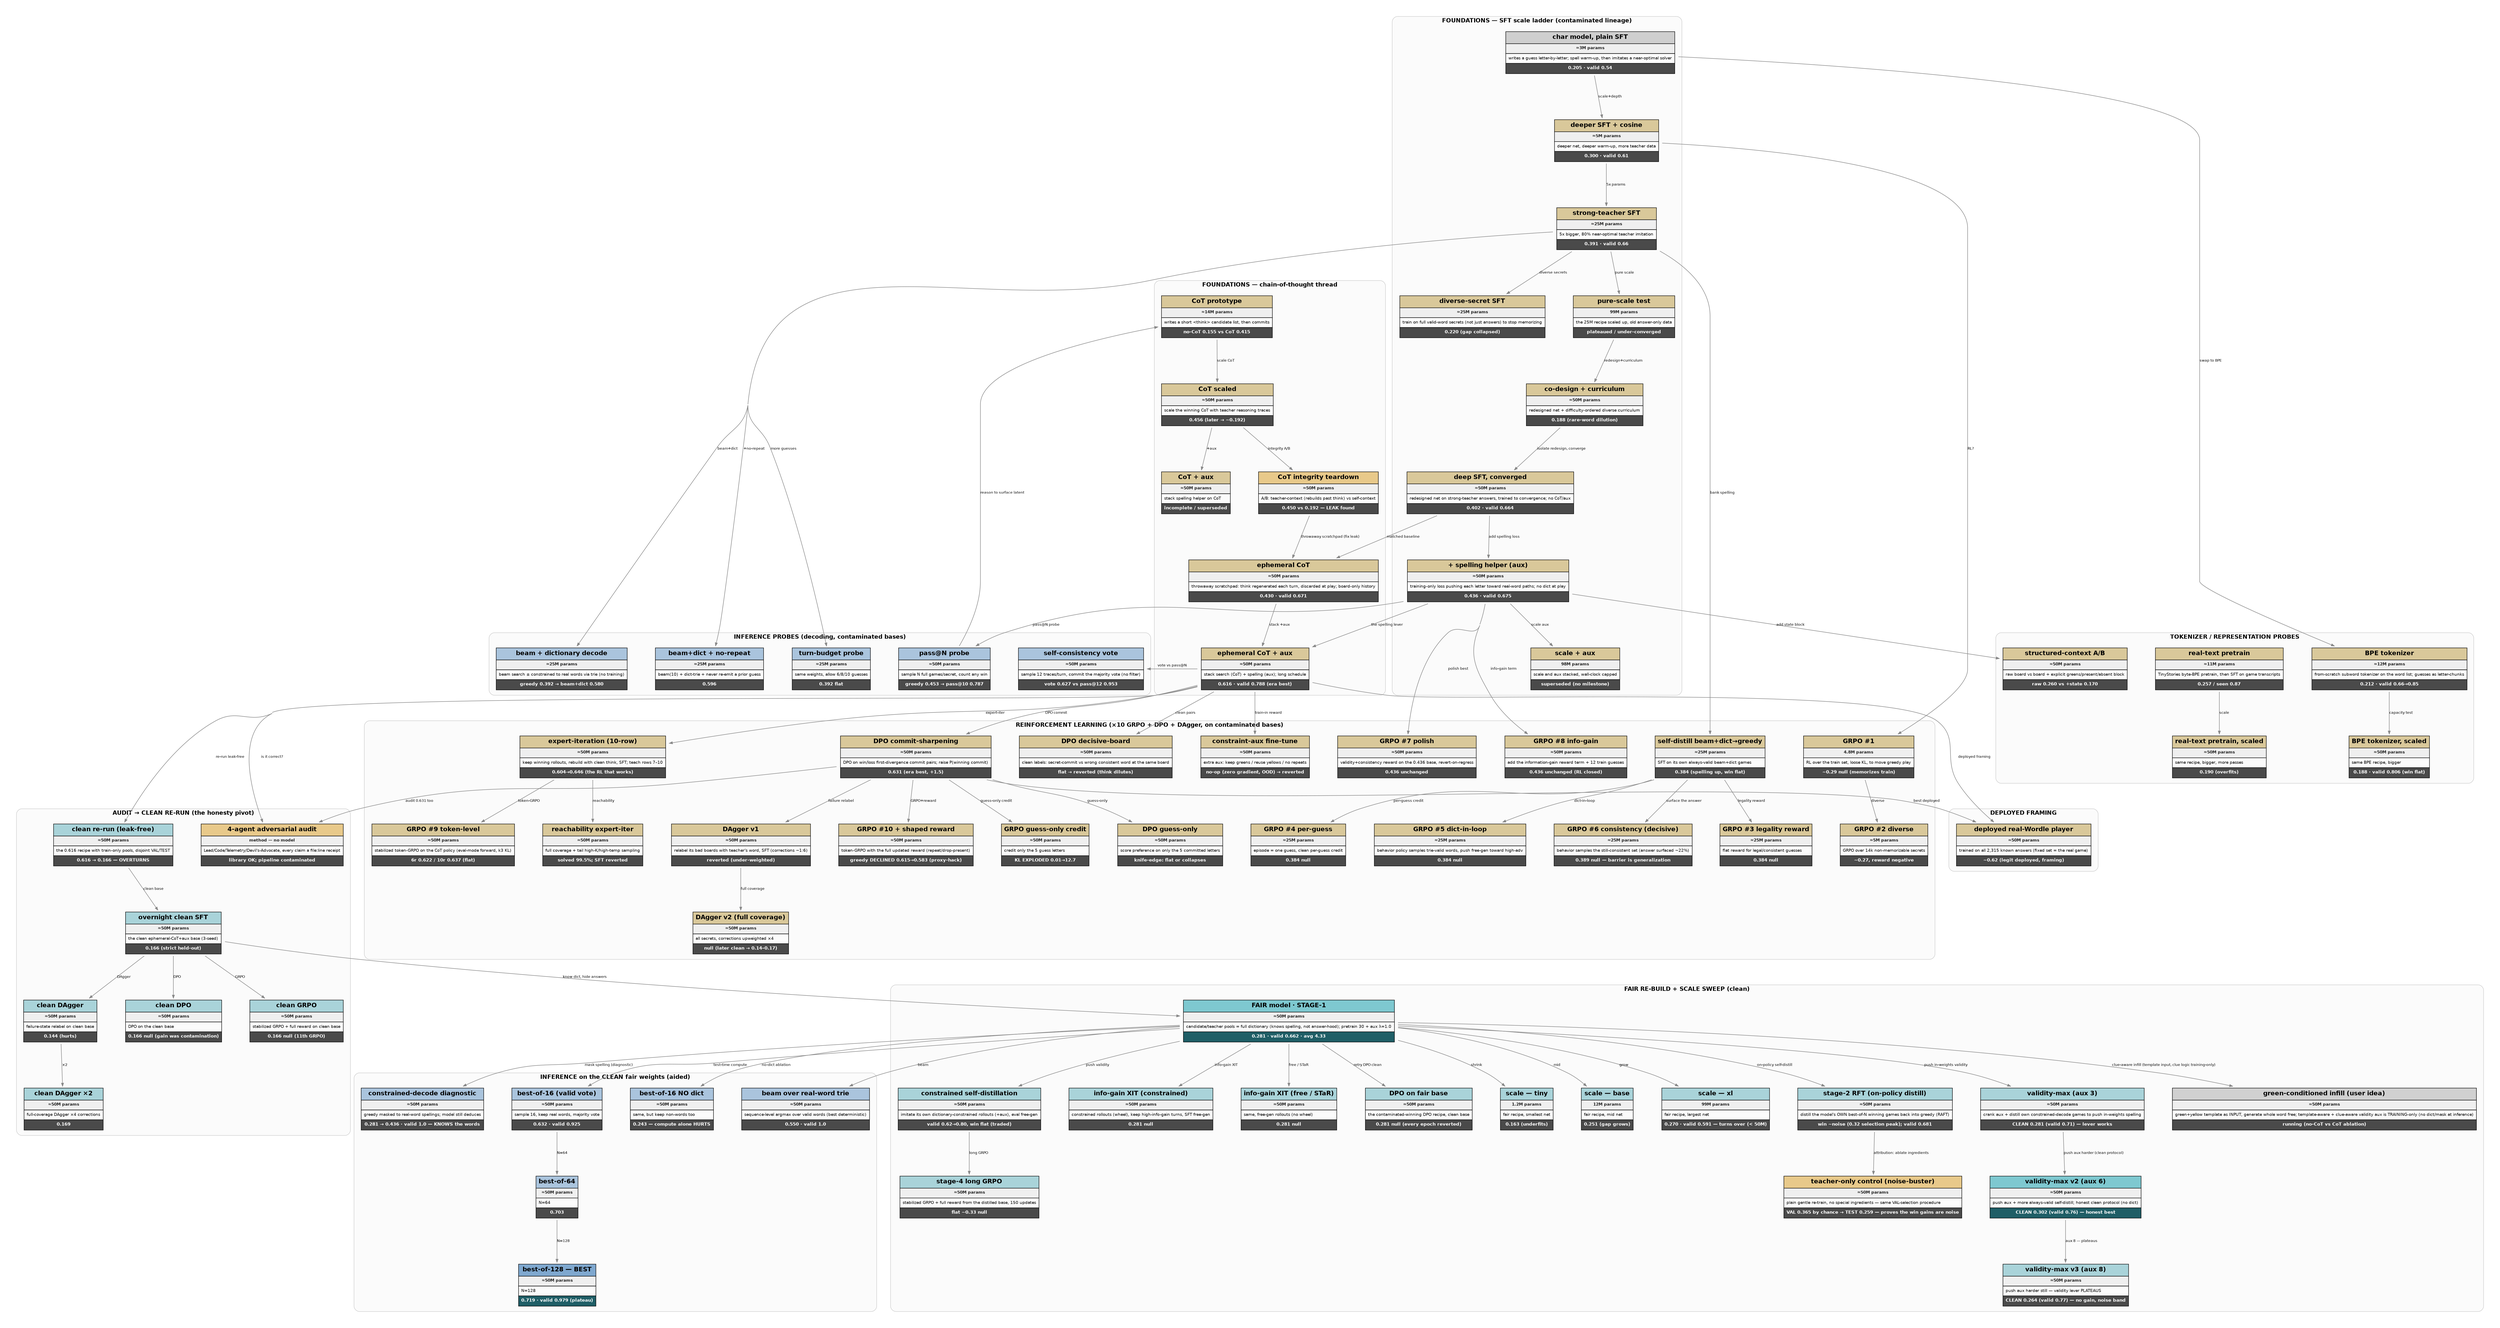
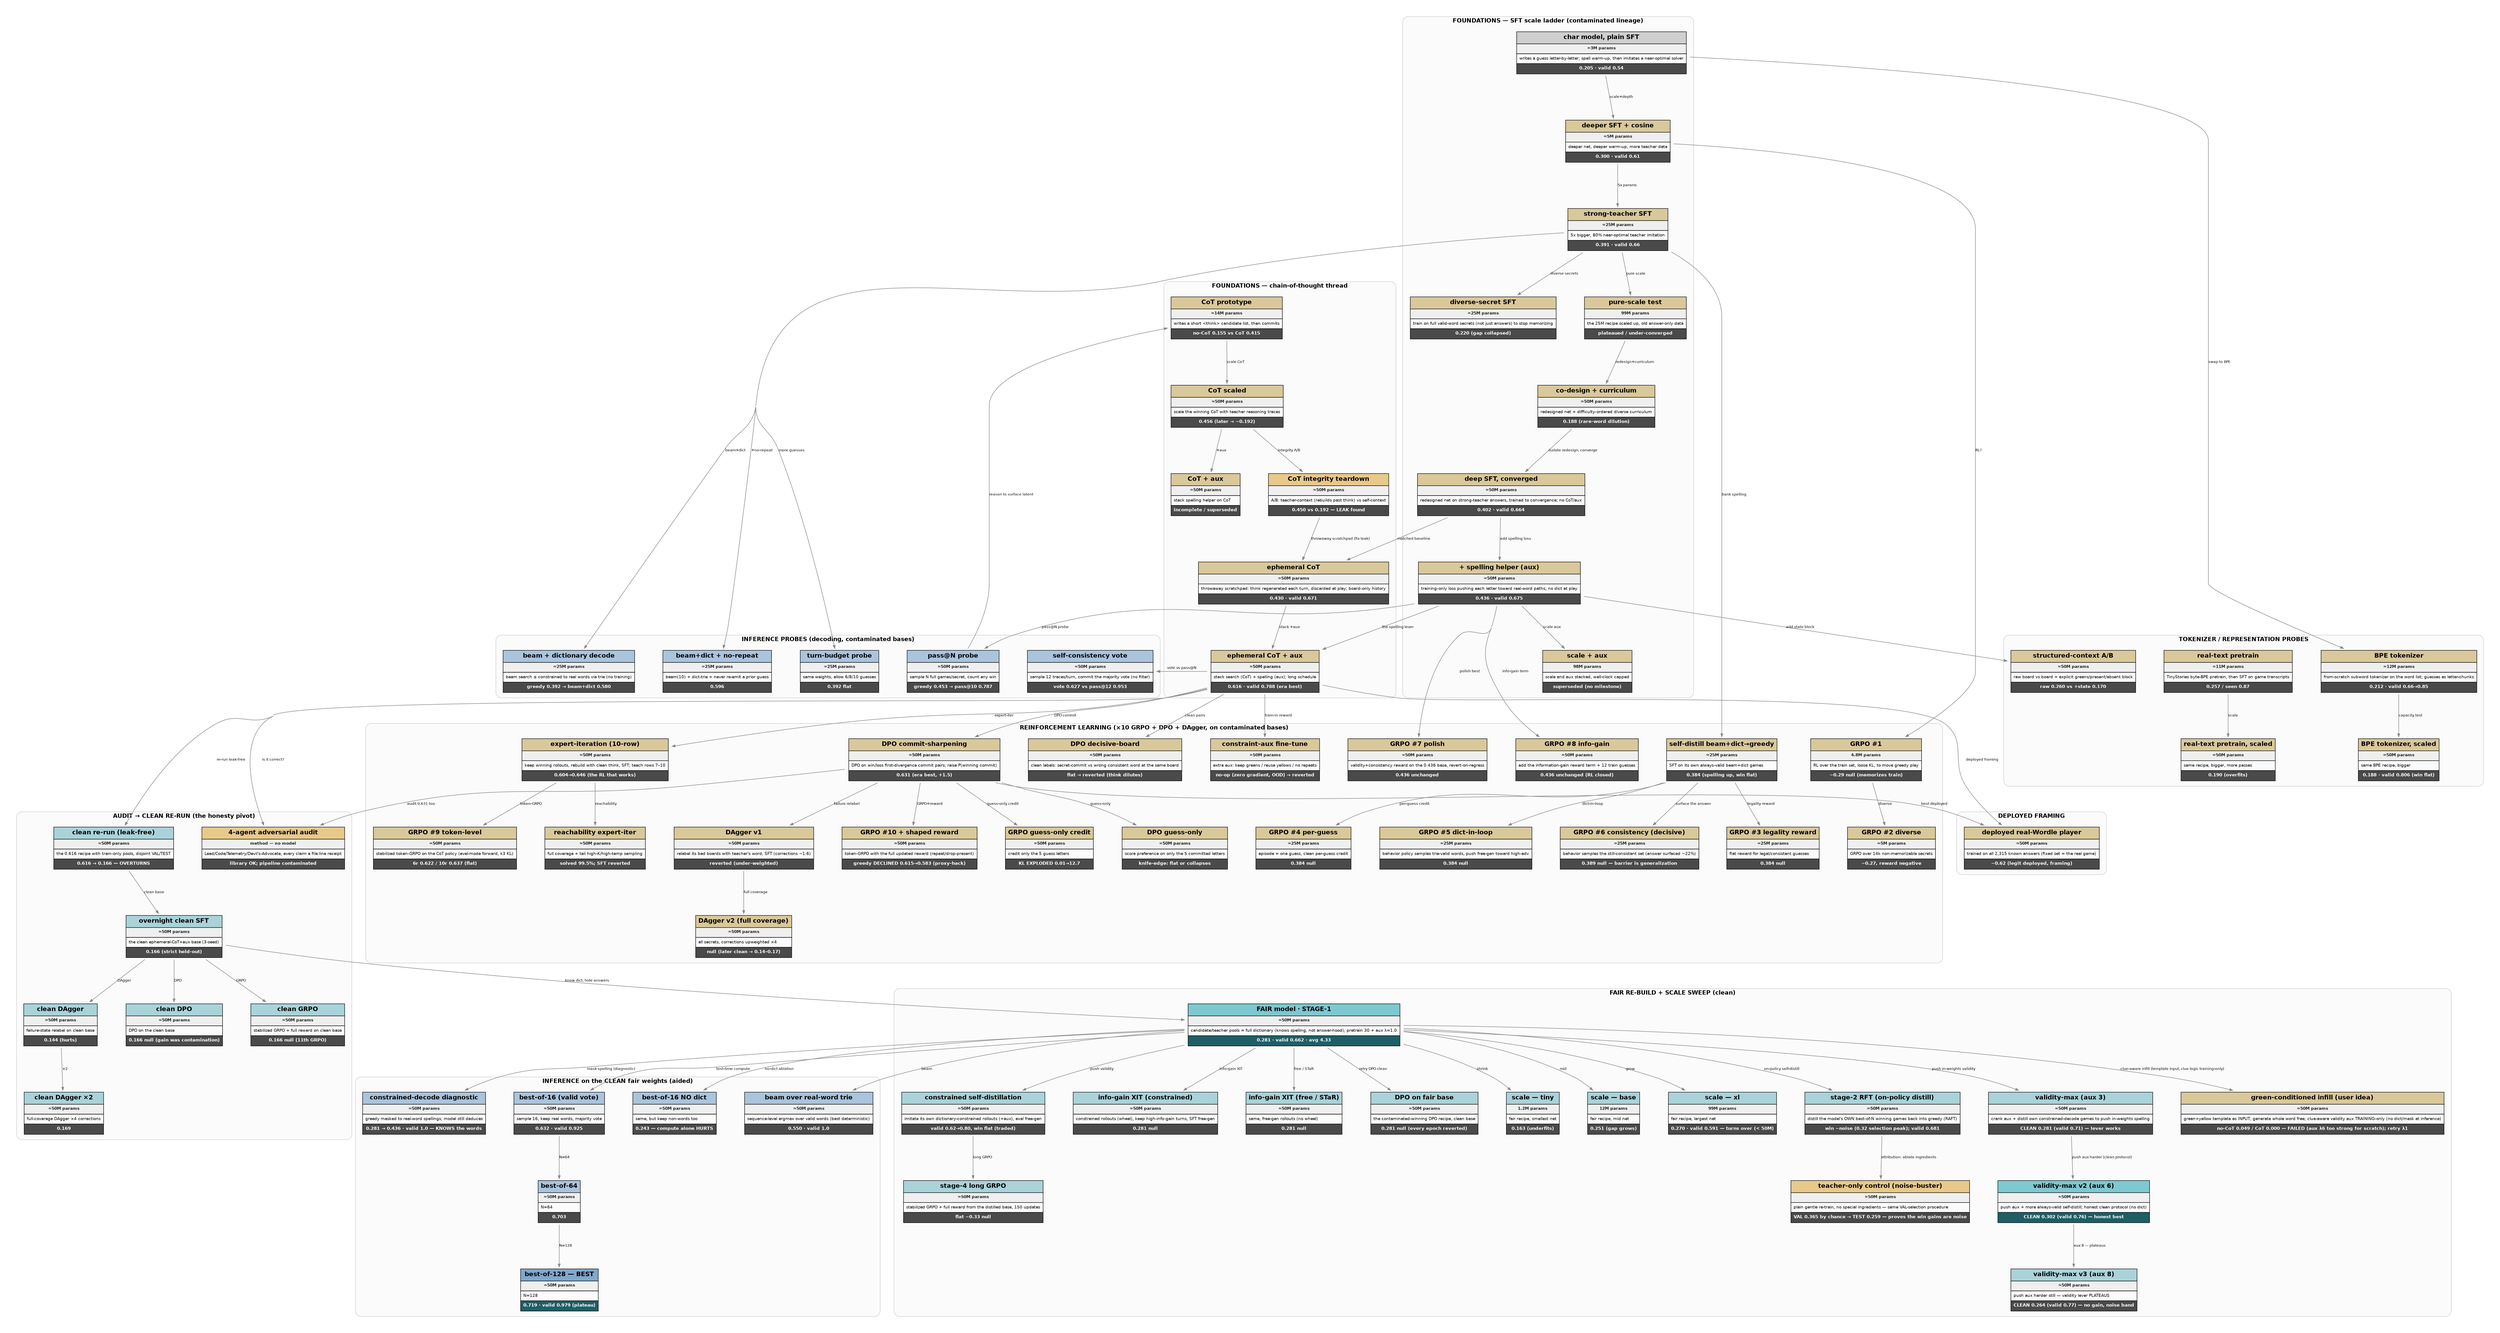
digraph experiments {
  rankdir=TB; bgcolor="white";
  graph [fontname="Helvetica", ranksep=1.2, nodesep=0.65, fontsize=13, concentrate=true, splines=spline, pad=0.4];
  node [shape=plaintext, fontname="Helvetica"];
  edge [fontname="Helvetica", fontsize=8, color="#888888", penwidth=1.1, arrowsize=0.7];
  subgraph cluster_found { label=<<B>FOUNDATIONS — SFT scale ladder (contaminated lineage)</B>>; fontsize=13; color="#cccccc"; style="rounded"; bgcolor="#fbfbfb";
    sft_3m [label=<<TABLE BORDER="0" CELLBORDER="1" CELLSPACING="0" CELLPADDING="5"><TR><TD BGCOLOR="#cfcfcf"><B>char model, plain SFT</B></TD></TR><TR><TD BGCOLOR="#efefef"><FONT POINT-SIZE="9" COLOR="#222222"><B>≈3M params</B></FONT></TD></TR><TR><TD ALIGN="LEFT"><FONT POINT-SIZE="9">writes a guess letter-by-letter; spell warm-up, then imitates a near-optimal solver</FONT></TD></TR><TR><TD BGCOLOR="#4a4a4a"><FONT COLOR="white" POINT-SIZE="10"><B>0.205 · valid 0.54</B></FONT></TD></TR></TABLE>>];
    sft_5m [label=<<TABLE BORDER="0" CELLBORDER="1" CELLSPACING="0" CELLPADDING="5"><TR><TD BGCOLOR="#d9c89a"><B>deeper SFT + cosine</B></TD></TR><TR><TD BGCOLOR="#efefef"><FONT POINT-SIZE="9" COLOR="#222222"><B>≈5M params</B></FONT></TD></TR><TR><TD ALIGN="LEFT"><FONT POINT-SIZE="9">deeper net, deeper warm-up, more teacher data</FONT></TD></TR><TR><TD BGCOLOR="#4a4a4a"><FONT COLOR="white" POINT-SIZE="10"><B>0.300 · valid 0.61</B></FONT></TD></TR></TABLE>>];
    sft_25m [label=<<TABLE BORDER="0" CELLBORDER="1" CELLSPACING="0" CELLPADDING="5"><TR><TD BGCOLOR="#d9c89a"><B>strong-teacher SFT</B></TD></TR><TR><TD BGCOLOR="#efefef"><FONT POINT-SIZE="9" COLOR="#222222"><B>≈25M params</B></FONT></TD></TR><TR><TD ALIGN="LEFT"><FONT POINT-SIZE="9">5x bigger, 80% near-optimal teacher imitation</FONT></TD></TR><TR><TD BGCOLOR="#4a4a4a"><FONT COLOR="white" POINT-SIZE="10"><B>0.391 · valid 0.66</B></FONT></TD></TR></TABLE>>];
    sft_25m_div [label=<<TABLE BORDER="0" CELLBORDER="1" CELLSPACING="0" CELLPADDING="5"><TR><TD BGCOLOR="#d9c89a"><B>diverse-secret SFT</B></TD></TR><TR><TD BGCOLOR="#efefef"><FONT POINT-SIZE="9" COLOR="#222222"><B>≈25M params</B></FONT></TD></TR><TR><TD ALIGN="LEFT"><FONT POINT-SIZE="9">train on full valid-word secrets (not just answers) to stop memorizing</FONT></TD></TR><TR><TD BGCOLOR="#4a4a4a"><FONT COLOR="white" POINT-SIZE="10"><B>0.220 (gap collapsed)</B></FONT></TD></TR></TABLE>>];
    scale_99m [label=<<TABLE BORDER="0" CELLBORDER="1" CELLSPACING="0" CELLPADDING="5"><TR><TD BGCOLOR="#d9c89a"><B>pure-scale test</B></TD></TR><TR><TD BGCOLOR="#efefef"><FONT POINT-SIZE="9" COLOR="#222222"><B>99M params</B></FONT></TD></TR><TR><TD ALIGN="LEFT"><FONT POINT-SIZE="9">the 25M recipe scaled up, old answer-only data</FONT></TD></TR><TR><TD BGCOLOR="#4a4a4a"><FONT COLOR="white" POINT-SIZE="10"><B>plateaued / under-converged</B></FONT></TD></TR></TABLE>>];
    codesign_50m [label=<<TABLE BORDER="0" CELLBORDER="1" CELLSPACING="0" CELLPADDING="5"><TR><TD BGCOLOR="#d9c89a"><B>co-design + curriculum</B></TD></TR><TR><TD BGCOLOR="#efefef"><FONT POINT-SIZE="9" COLOR="#222222"><B>≈50M params</B></FONT></TD></TR><TR><TD ALIGN="LEFT"><FONT POINT-SIZE="9">redesigned net + difficulty-ordered diverse curriculum</FONT></TD></TR><TR><TD BGCOLOR="#4a4a4a"><FONT COLOR="white" POINT-SIZE="10"><B>0.188 (rare-word dilution)</B></FONT></TD></TR></TABLE>>];
    sft_deep [label=<<TABLE BORDER="0" CELLBORDER="1" CELLSPACING="0" CELLPADDING="5"><TR><TD BGCOLOR="#d9c89a"><B>deep SFT, converged</B></TD></TR><TR><TD BGCOLOR="#efefef"><FONT POINT-SIZE="9" COLOR="#222222"><B>≈50M params</B></FONT></TD></TR><TR><TD ALIGN="LEFT"><FONT POINT-SIZE="9">redesigned net on strong-teacher answers, trained to convergence; no CoT/aux</FONT></TD></TR><TR><TD BGCOLOR="#4a4a4a"><FONT COLOR="white" POINT-SIZE="10"><B>0.402 · valid 0.664</B></FONT></TD></TR></TABLE>>];
    sft_aux [label=<<TABLE BORDER="0" CELLBORDER="1" CELLSPACING="0" CELLPADDING="5"><TR><TD BGCOLOR="#d9c89a"><B>+ spelling helper (aux)</B></TD></TR><TR><TD BGCOLOR="#efefef"><FONT POINT-SIZE="9" COLOR="#222222"><B>≈50M params</B></FONT></TD></TR><TR><TD ALIGN="LEFT"><FONT POINT-SIZE="9">training-only loss pushing each letter toward real-word paths; no dict at play</FONT></TD></TR><TR><TD BGCOLOR="#4a4a4a"><FONT COLOR="white" POINT-SIZE="10"><B>0.436 · valid 0.675</B></FONT></TD></TR></TABLE>>];
    sft_aux_xl [label=<<TABLE BORDER="0" CELLBORDER="1" CELLSPACING="0" CELLPADDING="5"><TR><TD BGCOLOR="#d9c89a"><B>scale + aux</B></TD></TR><TR><TD BGCOLOR="#efefef"><FONT POINT-SIZE="9" COLOR="#222222"><B>98M params</B></FONT></TD></TR><TR><TD ALIGN="LEFT"><FONT POINT-SIZE="9">scale and aux stacked, wall-clock capped</FONT></TD></TR><TR><TD BGCOLOR="#4a4a4a"><FONT COLOR="white" POINT-SIZE="10"><B>superseded (no milestone)</B></FONT></TD></TR></TABLE>>];
  }
  subgraph cluster_cot { label=<<B>FOUNDATIONS — chain-of-thought thread</B>>; fontsize=13; color="#cccccc"; style="rounded"; bgcolor="#fbfbfb";
    cot_14m [label=<<TABLE BORDER="0" CELLBORDER="1" CELLSPACING="0" CELLPADDING="5"><TR><TD BGCOLOR="#d9c89a"><B>CoT prototype</B></TD></TR><TR><TD BGCOLOR="#efefef"><FONT POINT-SIZE="9" COLOR="#222222"><B>≈14M params</B></FONT></TD></TR><TR><TD ALIGN="LEFT"><FONT POINT-SIZE="9">writes a short &lt;think&gt; candidate list, then commits</FONT></TD></TR><TR><TD BGCOLOR="#4a4a4a"><FONT COLOR="white" POINT-SIZE="10"><B>no-CoT 0.155 vs CoT 0.415</B></FONT></TD></TR></TABLE>>];
    cot_50m [label=<<TABLE BORDER="0" CELLBORDER="1" CELLSPACING="0" CELLPADDING="5"><TR><TD BGCOLOR="#d9c89a"><B>CoT scaled</B></TD></TR><TR><TD BGCOLOR="#efefef"><FONT POINT-SIZE="9" COLOR="#222222"><B>≈50M params</B></FONT></TD></TR><TR><TD ALIGN="LEFT"><FONT POINT-SIZE="9">scale the winning CoT with teacher reasoning traces</FONT></TD></TR><TR><TD BGCOLOR="#4a4a4a"><FONT COLOR="white" POINT-SIZE="10"><B>0.456 (later → ~0.192)</B></FONT></TD></TR></TABLE>>];
    cot_50m_aux [label=<<TABLE BORDER="0" CELLBORDER="1" CELLSPACING="0" CELLPADDING="5"><TR><TD BGCOLOR="#d9c89a"><B>CoT + aux</B></TD></TR><TR><TD BGCOLOR="#efefef"><FONT POINT-SIZE="9" COLOR="#222222"><B>≈50M params</B></FONT></TD></TR><TR><TD ALIGN="LEFT"><FONT POINT-SIZE="9">stack spelling helper on CoT</FONT></TD></TR><TR><TD BGCOLOR="#4a4a4a"><FONT COLOR="white" POINT-SIZE="10"><B>incomplete / superseded</B></FONT></TD></TR></TABLE>>];
    cot_show [label=<<TABLE BORDER="0" CELLBORDER="1" CELLSPACING="0" CELLPADDING="5"><TR><TD BGCOLOR="#e8c98a"><B>CoT integrity teardown</B></TD></TR><TR><TD BGCOLOR="#efefef"><FONT POINT-SIZE="9" COLOR="#222222"><B>≈50M params</B></FONT></TD></TR><TR><TD ALIGN="LEFT"><FONT POINT-SIZE="9">A/B: teacher-context (rebuilds past think) vs self-context</FONT></TD></TR><TR><TD BGCOLOR="#4a4a4a"><FONT COLOR="white" POINT-SIZE="10"><B>0.450 vs 0.192 — LEAK found</B></FONT></TD></TR></TABLE>>];
    cot_eph [label=<<TABLE BORDER="0" CELLBORDER="1" CELLSPACING="0" CELLPADDING="5"><TR><TD BGCOLOR="#d9c89a"><B>ephemeral CoT</B></TD></TR><TR><TD BGCOLOR="#efefef"><FONT POINT-SIZE="9" COLOR="#222222"><B>≈50M params</B></FONT></TD></TR><TR><TD ALIGN="LEFT"><FONT POINT-SIZE="9">throwaway scratchpad: think regenerated each turn, discarded at play; board-only history</FONT></TD></TR><TR><TD BGCOLOR="#4a4a4a"><FONT COLOR="white" POINT-SIZE="10"><B>0.430 · valid 0.671</B></FONT></TD></TR></TABLE>>];
    cot_eph_aux [label=<<TABLE BORDER="0" CELLBORDER="1" CELLSPACING="0" CELLPADDING="5"><TR><TD BGCOLOR="#d9c89a"><B>ephemeral CoT + aux</B></TD></TR><TR><TD BGCOLOR="#efefef"><FONT POINT-SIZE="9" COLOR="#222222"><B>≈50M params</B></FONT></TD></TR><TR><TD ALIGN="LEFT"><FONT POINT-SIZE="9">stack search (CoT) + spelling (aux); long schedule</FONT></TD></TR><TR><TD BGCOLOR="#4a4a4a"><FONT COLOR="white" POINT-SIZE="10"><B>0.616 · valid 0.788 (era best)</B></FONT></TD></TR></TABLE>>];
  }
  subgraph cluster_val { label=<<B>TOKENIZER / REPRESENTATION PROBES</B>>; fontsize=13; color="#cccccc"; style="rounded"; bgcolor="#fbfbfb";
    bpe_12m [label=<<TABLE BORDER="0" CELLBORDER="1" CELLSPACING="0" CELLPADDING="5"><TR><TD BGCOLOR="#d9c89a"><B>BPE tokenizer</B></TD></TR><TR><TD BGCOLOR="#efefef"><FONT POINT-SIZE="9" COLOR="#222222"><B>≈12M params</B></FONT></TD></TR><TR><TD ALIGN="LEFT"><FONT POINT-SIZE="9">from-scratch subword tokenizer on the word list; guesses as letter-chunks</FONT></TD></TR><TR><TD BGCOLOR="#4a4a4a"><FONT COLOR="white" POINT-SIZE="10"><B>0.212 · valid 0.66→0.85</B></FONT></TD></TR></TABLE>>];
    bpe_50m [label=<<TABLE BORDER="0" CELLBORDER="1" CELLSPACING="0" CELLPADDING="5"><TR><TD BGCOLOR="#d9c89a"><B>BPE tokenizer, scaled</B></TD></TR><TR><TD BGCOLOR="#efefef"><FONT POINT-SIZE="9" COLOR="#222222"><B>≈50M params</B></FONT></TD></TR><TR><TD ALIGN="LEFT"><FONT POINT-SIZE="9">same BPE recipe, bigger</FONT></TD></TR><TR><TD BGCOLOR="#4a4a4a"><FONT COLOR="white" POINT-SIZE="10"><B>0.188 · valid 0.806 (win flat)</B></FONT></TD></TR></TABLE>>];
    oreo_11m [label=<<TABLE BORDER="0" CELLBORDER="1" CELLSPACING="0" CELLPADDING="5"><TR><TD BGCOLOR="#d9c89a"><B>real-text pretrain</B></TD></TR><TR><TD BGCOLOR="#efefef"><FONT POINT-SIZE="9" COLOR="#222222"><B>≈11M params</B></FONT></TD></TR><TR><TD ALIGN="LEFT"><FONT POINT-SIZE="9">TinyStories byte-BPE pretrain, then SFT on game transcripts</FONT></TD></TR><TR><TD BGCOLOR="#4a4a4a"><FONT COLOR="white" POINT-SIZE="10"><B>0.257 / seen 0.87</B></FONT></TD></TR></TABLE>>];
    oreo_50m [label=<<TABLE BORDER="0" CELLBORDER="1" CELLSPACING="0" CELLPADDING="5"><TR><TD BGCOLOR="#d9c89a"><B>real-text pretrain, scaled</B></TD></TR><TR><TD BGCOLOR="#efefef"><FONT POINT-SIZE="9" COLOR="#222222"><B>≈50M params</B></FONT></TD></TR><TR><TD ALIGN="LEFT"><FONT POINT-SIZE="9">same recipe, bigger, more passes</FONT></TD></TR><TR><TD BGCOLOR="#4a4a4a"><FONT COLOR="white" POINT-SIZE="10"><B>0.190 (overfits)</B></FONT></TD></TR></TABLE>>];
    structured_ctx [label=<<TABLE BORDER="0" CELLBORDER="1" CELLSPACING="0" CELLPADDING="5"><TR><TD BGCOLOR="#d9c89a"><B>structured-context A/B</B></TD></TR><TR><TD BGCOLOR="#efefef"><FONT POINT-SIZE="9" COLOR="#222222"><B>≈50M params</B></FONT></TD></TR><TR><TD ALIGN="LEFT"><FONT POINT-SIZE="9">raw board vs board + explicit greens/present/absent block</FONT></TD></TR><TR><TD BGCOLOR="#4a4a4a"><FONT COLOR="white" POINT-SIZE="10"><B>raw 0.260 vs +state 0.170</B></FONT></TD></TR></TABLE>>];
  }
  subgraph cluster_rl { label=<<B>REINFORCEMENT LEARNING (×10 GRPO + DPO + DAgger, on contaminated bases)</B>>; fontsize=13; color="#cccccc"; style="rounded"; bgcolor="#fbfbfb";
    grpo_5m [label=<<TABLE BORDER="0" CELLBORDER="1" CELLSPACING="0" CELLPADDING="5"><TR><TD BGCOLOR="#d9c89a"><B>GRPO #1</B></TD></TR><TR><TD BGCOLOR="#efefef"><FONT POINT-SIZE="9" COLOR="#222222"><B>4.8M params</B></FONT></TD></TR><TR><TD ALIGN="LEFT"><FONT POINT-SIZE="9">RL over the train set, loose KL, to move greedy play</FONT></TD></TR><TR><TD BGCOLOR="#4a4a4a"><FONT COLOR="white" POINT-SIZE="10"><B>~0.29 null (memorizes train)</B></FONT></TD></TR></TABLE>>];
    grpo_5m_div [label=<<TABLE BORDER="0" CELLBORDER="1" CELLSPACING="0" CELLPADDING="5"><TR><TD BGCOLOR="#d9c89a"><B>GRPO #2 diverse</B></TD></TR><TR><TD BGCOLOR="#efefef"><FONT POINT-SIZE="9" COLOR="#222222"><B>≈5M params</B></FONT></TD></TR><TR><TD ALIGN="LEFT"><FONT POINT-SIZE="9">GRPO over 14k non-memorizable secrets</FONT></TD></TR><TR><TD BGCOLOR="#4a4a4a"><FONT COLOR="white" POINT-SIZE="10"><B>~0.27, reward negative</B></FONT></TD></TR></TABLE>>];
    self_distill_25m [label=<<TABLE BORDER="0" CELLBORDER="1" CELLSPACING="0" CELLPADDING="5"><TR><TD BGCOLOR="#d9c89a"><B>self-distill beam+dict→greedy</B></TD></TR><TR><TD BGCOLOR="#efefef"><FONT POINT-SIZE="9" COLOR="#222222"><B>≈25M params</B></FONT></TD></TR><TR><TD ALIGN="LEFT"><FONT POINT-SIZE="9">SFT on its own always-valid beam+dict games</FONT></TD></TR><TR><TD BGCOLOR="#4a4a4a"><FONT COLOR="white" POINT-SIZE="10"><B>0.384 (spelling up, win flat)</B></FONT></TD></TR></TABLE>>];
    rl_consistency [label=<<TABLE BORDER="0" CELLBORDER="1" CELLSPACING="0" CELLPADDING="5"><TR><TD BGCOLOR="#d9c89a"><B>GRPO #3 legality reward</B></TD></TR><TR><TD BGCOLOR="#efefef"><FONT POINT-SIZE="9" COLOR="#222222"><B>≈25M params</B></FONT></TD></TR><TR><TD ALIGN="LEFT"><FONT POINT-SIZE="9">flat reward for legal/consistent guesses</FONT></TD></TR><TR><TD BGCOLOR="#4a4a4a"><FONT COLOR="white" POINT-SIZE="10"><B>0.384 null</B></FONT></TD></TR></TABLE>>];
    rl_perguess [label=<<TABLE BORDER="0" CELLBORDER="1" CELLSPACING="0" CELLPADDING="5"><TR><TD BGCOLOR="#d9c89a"><B>GRPO #4 per-guess</B></TD></TR><TR><TD BGCOLOR="#efefef"><FONT POINT-SIZE="9" COLOR="#222222"><B>≈25M params</B></FONT></TD></TR><TR><TD ALIGN="LEFT"><FONT POINT-SIZE="9">episode = one guess, clean per-guess credit</FONT></TD></TR><TR><TD BGCOLOR="#4a4a4a"><FONT COLOR="white" POINT-SIZE="10"><B>0.384 null</B></FONT></TD></TR></TABLE>>];
    rl_dict [label=<<TABLE BORDER="0" CELLBORDER="1" CELLSPACING="0" CELLPADDING="5"><TR><TD BGCOLOR="#d9c89a"><B>GRPO #5 dict-in-loop</B></TD></TR><TR><TD BGCOLOR="#efefef"><FONT POINT-SIZE="9" COLOR="#222222"><B>≈25M params</B></FONT></TD></TR><TR><TD ALIGN="LEFT"><FONT POINT-SIZE="9">behavior policy samples trie-valid words, push free-gen toward high-adv</FONT></TD></TR><TR><TD BGCOLOR="#4a4a4a"><FONT COLOR="white" POINT-SIZE="10"><B>0.384 null</B></FONT></TD></TR></TABLE>>];
    rl_constrained [label=<<TABLE BORDER="0" CELLBORDER="1" CELLSPACING="0" CELLPADDING="5"><TR><TD BGCOLOR="#d9c89a"><B>GRPO #6 consistency (decisive)</B></TD></TR><TR><TD BGCOLOR="#efefef"><FONT POINT-SIZE="9" COLOR="#222222"><B>≈25M params</B></FONT></TD></TR><TR><TD ALIGN="LEFT"><FONT POINT-SIZE="9">behavior samples the still-consistent set (answer surfaced ~22%)</FONT></TD></TR><TR><TD BGCOLOR="#4a4a4a"><FONT COLOR="white" POINT-SIZE="10"><B>0.389 null — barrier is generalization</B></FONT></TD></TR></TABLE>>];
    rl_polish [label=<<TABLE BORDER="0" CELLBORDER="1" CELLSPACING="0" CELLPADDING="5"><TR><TD BGCOLOR="#d9c89a"><B>GRPO #7 polish</B></TD></TR><TR><TD BGCOLOR="#efefef"><FONT POINT-SIZE="9" COLOR="#222222"><B>≈50M params</B></FONT></TD></TR><TR><TD ALIGN="LEFT"><FONT POINT-SIZE="9">validity+consistency reward on the 0.436 base, revert-on-regress</FONT></TD></TR><TR><TD BGCOLOR="#4a4a4a"><FONT COLOR="white" POINT-SIZE="10"><B>0.436 unchanged</B></FONT></TD></TR></TABLE>>];
    rl_infogain [label=<<TABLE BORDER="0" CELLBORDER="1" CELLSPACING="0" CELLPADDING="5"><TR><TD BGCOLOR="#d9c89a"><B>GRPO #8 info-gain</B></TD></TR><TR><TD BGCOLOR="#efefef"><FONT POINT-SIZE="9" COLOR="#222222"><B>≈50M params</B></FONT></TD></TR><TR><TD ALIGN="LEFT"><FONT POINT-SIZE="9">add the information-gain reward term + 12 train guesses</FONT></TD></TR><TR><TD BGCOLOR="#4a4a4a"><FONT COLOR="white" POINT-SIZE="10"><B>0.436 unchanged (RL closed)</B></FONT></TD></TR></TABLE>>];
    rl_expert_10row [label=<<TABLE BORDER="0" CELLBORDER="1" CELLSPACING="0" CELLPADDING="5"><TR><TD BGCOLOR="#d9c89a"><B>expert-iteration (10-row)</B></TD></TR><TR><TD BGCOLOR="#efefef"><FONT POINT-SIZE="9" COLOR="#222222"><B>≈50M params</B></FONT></TD></TR><TR><TD ALIGN="LEFT"><FONT POINT-SIZE="9">keep winning rollouts, rebuild with clean think, SFT; teach rows 7–10</FONT></TD></TR><TR><TD BGCOLOR="#4a4a4a"><FONT COLOR="white" POINT-SIZE="10"><B>0.604→0.646 (the RL that works)</B></FONT></TD></TR></TABLE>>];
    rl_expert_tail [label=<<TABLE BORDER="0" CELLBORDER="1" CELLSPACING="0" CELLPADDING="5"><TR><TD BGCOLOR="#d9c89a"><B>reachability expert-iter</B></TD></TR><TR><TD BGCOLOR="#efefef"><FONT POINT-SIZE="9" COLOR="#222222"><B>≈50M params</B></FONT></TD></TR><TR><TD ALIGN="LEFT"><FONT POINT-SIZE="9">full coverage + tail high-K/high-temp sampling</FONT></TD></TR><TR><TD BGCOLOR="#4a4a4a"><FONT COLOR="white" POINT-SIZE="10"><B>solved 99.5%; SFT reverted</B></FONT></TD></TR></TABLE>>];
    rl_grpo_polish [label=<<TABLE BORDER="0" CELLBORDER="1" CELLSPACING="0" CELLPADDING="5"><TR><TD BGCOLOR="#d9c89a"><B>GRPO #9 token-level</B></TD></TR><TR><TD BGCOLOR="#efefef"><FONT POINT-SIZE="9" COLOR="#222222"><B>≈50M params</B></FONT></TD></TR><TR><TD ALIGN="LEFT"><FONT POINT-SIZE="9">stabilized token-GRPO on the CoT policy (eval-mode forward, k3 KL)</FONT></TD></TR><TR><TD BGCOLOR="#4a4a4a"><FONT COLOR="white" POINT-SIZE="10"><B>6r 0.622 / 10r 0.637 (flat)</B></FONT></TD></TR></TABLE>>];
    dpo_commit [label=<<TABLE BORDER="0" CELLBORDER="1" CELLSPACING="0" CELLPADDING="5"><TR><TD BGCOLOR="#d9c89a"><B>DPO commit-sharpening</B></TD></TR><TR><TD BGCOLOR="#efefef"><FONT POINT-SIZE="9" COLOR="#222222"><B>≈50M params</B></FONT></TD></TR><TR><TD ALIGN="LEFT"><FONT POINT-SIZE="9">DPO on win/loss first-divergence commit pairs; raise P(winning commit)</FONT></TD></TR><TR><TD BGCOLOR="#4a4a4a"><FONT COLOR="white" POINT-SIZE="10"><B>0.631 (era best, +1.5)</B></FONT></TD></TR></TABLE>>];
    dpo_decisive [label=<<TABLE BORDER="0" CELLBORDER="1" CELLSPACING="0" CELLPADDING="5"><TR><TD BGCOLOR="#d9c89a"><B>DPO decisive-board</B></TD></TR><TR><TD BGCOLOR="#efefef"><FONT POINT-SIZE="9" COLOR="#222222"><B>≈50M params</B></FONT></TD></TR><TR><TD ALIGN="LEFT"><FONT POINT-SIZE="9">clean labels: secret-commit vs wrong consistent word at the same board</FONT></TD></TR><TR><TD BGCOLOR="#4a4a4a"><FONT COLOR="white" POINT-SIZE="10"><B>flat → reverted (think dilutes)</B></FONT></TD></TR></TABLE>>];
    dpo_guessonly [label=<<TABLE BORDER="0" CELLBORDER="1" CELLSPACING="0" CELLPADDING="5"><TR><TD BGCOLOR="#d9c89a"><B>DPO guess-only</B></TD></TR><TR><TD BGCOLOR="#efefef"><FONT POINT-SIZE="9" COLOR="#222222"><B>≈50M params</B></FONT></TD></TR><TR><TD ALIGN="LEFT"><FONT POINT-SIZE="9">score preference on only the 5 committed letters</FONT></TD></TR><TR><TD BGCOLOR="#4a4a4a"><FONT COLOR="white" POINT-SIZE="10"><B>knife-edge: flat or collapses</B></FONT></TD></TR></TABLE>>];
    constraint_aux [label=<<TABLE BORDER="0" CELLBORDER="1" CELLSPACING="0" CELLPADDING="5"><TR><TD BGCOLOR="#d9c89a"><B>constraint-aux fine-tune</B></TD></TR><TR><TD BGCOLOR="#efefef"><FONT POINT-SIZE="9" COLOR="#222222"><B>≈50M params</B></FONT></TD></TR><TR><TD ALIGN="LEFT"><FONT POINT-SIZE="9">extra aux: keep greens / reuse yellows / no repeats</FONT></TD></TR><TR><TD BGCOLOR="#4a4a4a"><FONT COLOR="white" POINT-SIZE="10"><B>no-op (zero gradient, OOD) → reverted</B></FONT></TD></TR></TABLE>>];
    dagger_v1 [label=<<TABLE BORDER="0" CELLBORDER="1" CELLSPACING="0" CELLPADDING="5"><TR><TD BGCOLOR="#d9c89a"><B>DAgger v1</B></TD></TR><TR><TD BGCOLOR="#efefef"><FONT POINT-SIZE="9" COLOR="#222222"><B>≈50M params</B></FONT></TD></TR><TR><TD ALIGN="LEFT"><FONT POINT-SIZE="9">relabel its bad boards with teacher's word, SFT (corrections ~1:6)</FONT></TD></TR><TR><TD BGCOLOR="#4a4a4a"><FONT COLOR="white" POINT-SIZE="10"><B>reverted (under-weighted)</B></FONT></TD></TR></TABLE>>];
    rl_grpo_reward [label=<<TABLE BORDER="0" CELLBORDER="1" CELLSPACING="0" CELLPADDING="5"><TR><TD BGCOLOR="#d9c89a"><B>GRPO #10 + shaped reward</B></TD></TR><TR><TD BGCOLOR="#efefef"><FONT POINT-SIZE="9" COLOR="#222222"><B>≈50M params</B></FONT></TD></TR><TR><TD ALIGN="LEFT"><FONT POINT-SIZE="9">token-GRPO with the full updated reward (repeat/drop-present)</FONT></TD></TR><TR><TD BGCOLOR="#4a4a4a"><FONT COLOR="white" POINT-SIZE="10"><B>greedy DECLINED 0.615→0.583 (proxy-hack)</B></FONT></TD></TR></TABLE>>];
    rl_grpo_guessonly [label=<<TABLE BORDER="0" CELLBORDER="1" CELLSPACING="0" CELLPADDING="5"><TR><TD BGCOLOR="#d9c89a"><B>GRPO guess-only credit</B></TD></TR><TR><TD BGCOLOR="#efefef"><FONT POINT-SIZE="9" COLOR="#222222"><B>≈50M params</B></FONT></TD></TR><TR><TD ALIGN="LEFT"><FONT POINT-SIZE="9">credit only the 5 guess letters</FONT></TD></TR><TR><TD BGCOLOR="#4a4a4a"><FONT COLOR="white" POINT-SIZE="10"><B>KL EXPLODED 0.01→12.7</B></FONT></TD></TR></TABLE>>];
    dagger_v2 [label=<<TABLE BORDER="0" CELLBORDER="1" CELLSPACING="0" CELLPADDING="5"><TR><TD BGCOLOR="#d9c89a"><B>DAgger v2 (full coverage)</B></TD></TR><TR><TD BGCOLOR="#efefef"><FONT POINT-SIZE="9" COLOR="#222222"><B>≈50M params</B></FONT></TD></TR><TR><TD ALIGN="LEFT"><FONT POINT-SIZE="9">all secrets, corrections upweighted ×4</FONT></TD></TR><TR><TD BGCOLOR="#4a4a4a"><FONT COLOR="white" POINT-SIZE="10"><B>null (later clean → 0.14–0.17)</B></FONT></TD></TR></TABLE>>];
  }
  subgraph cluster_audit { label=<<B>AUDIT → CLEAN RE-RUN (the honesty pivot)</B>>; fontsize=13; color="#cccccc"; style="rounded"; bgcolor="#fbfbfb";
    audit [label=<<TABLE BORDER="0" CELLBORDER="1" CELLSPACING="0" CELLPADDING="5"><TR><TD BGCOLOR="#e8c98a"><B>4-agent adversarial audit</B></TD></TR><TR><TD BGCOLOR="#efefef"><FONT POINT-SIZE="9" COLOR="#222222"><B>method — no model</B></FONT></TD></TR><TR><TD ALIGN="LEFT"><FONT POINT-SIZE="9">Lead/Code/Telemetry/Devil's-Advocate, every claim a file:line receipt</FONT></TD></TR><TR><TD BGCOLOR="#4a4a4a"><FONT COLOR="white" POINT-SIZE="10"><B>library OK; pipeline contaminated</B></FONT></TD></TR></TABLE>>];
    clean_rerun [label=<<TABLE BORDER="0" CELLBORDER="1" CELLSPACING="0" CELLPADDING="5"><TR><TD BGCOLOR="#a9d3d9"><B>clean re-run (leak-free)</B></TD></TR><TR><TD BGCOLOR="#efefef"><FONT POINT-SIZE="9" COLOR="#222222"><B>≈50M params</B></FONT></TD></TR><TR><TD ALIGN="LEFT"><FONT POINT-SIZE="9">the 0.616 recipe with train-only pools, disjoint VAL/TEST</FONT></TD></TR><TR><TD BGCOLOR="#4a4a4a"><FONT COLOR="white" POINT-SIZE="10"><B>0.616 → 0.166 — OVERTURNS</B></FONT></TD></TR></TABLE>>];
    overnight_clean_sft [label=<<TABLE BORDER="0" CELLBORDER="1" CELLSPACING="0" CELLPADDING="5"><TR><TD BGCOLOR="#a9d3d9"><B>overnight clean SFT</B></TD></TR><TR><TD BGCOLOR="#efefef"><FONT POINT-SIZE="9" COLOR="#222222"><B>≈50M params</B></FONT></TD></TR><TR><TD ALIGN="LEFT"><FONT POINT-SIZE="9">the clean ephemeral-CoT+aux base (3-seed)</FONT></TD></TR><TR><TD BGCOLOR="#4a4a4a"><FONT COLOR="white" POINT-SIZE="10"><B>0.166 (strict held-out)</B></FONT></TD></TR></TABLE>>];
    overnight_clean_dpo [label=<<TABLE BORDER="0" CELLBORDER="1" CELLSPACING="0" CELLPADDING="5"><TR><TD BGCOLOR="#a9d3d9"><B>clean DPO</B></TD></TR><TR><TD BGCOLOR="#efefef"><FONT POINT-SIZE="9" COLOR="#222222"><B>≈50M params</B></FONT></TD></TR><TR><TD ALIGN="LEFT"><FONT POINT-SIZE="9">DPO on the clean base</FONT></TD></TR><TR><TD BGCOLOR="#4a4a4a"><FONT COLOR="white" POINT-SIZE="10"><B>0.166 null (gain was contamination)</B></FONT></TD></TR></TABLE>>];
    overnight_clean_grpo [label=<<TABLE BORDER="0" CELLBORDER="1" CELLSPACING="0" CELLPADDING="5"><TR><TD BGCOLOR="#a9d3d9"><B>clean GRPO</B></TD></TR><TR><TD BGCOLOR="#efefef"><FONT POINT-SIZE="9" COLOR="#222222"><B>≈50M params</B></FONT></TD></TR><TR><TD ALIGN="LEFT"><FONT POINT-SIZE="9">stabilized GRPO + full reward on clean base</FONT></TD></TR><TR><TD BGCOLOR="#4a4a4a"><FONT COLOR="white" POINT-SIZE="10"><B>0.166 null (11th GRPO)</B></FONT></TD></TR></TABLE>>];
    overnight_clean_dagger [label=<<TABLE BORDER="0" CELLBORDER="1" CELLSPACING="0" CELLPADDING="5"><TR><TD BGCOLOR="#a9d3d9"><B>clean DAgger</B></TD></TR><TR><TD BGCOLOR="#efefef"><FONT POINT-SIZE="9" COLOR="#222222"><B>≈50M params</B></FONT></TD></TR><TR><TD ALIGN="LEFT"><FONT POINT-SIZE="9">failure-state relabel on clean base</FONT></TD></TR><TR><TD BGCOLOR="#4a4a4a"><FONT COLOR="white" POINT-SIZE="10"><B>0.144 (hurts)</B></FONT></TD></TR></TABLE>>];
    overnight_clean_dagger2 [label=<<TABLE BORDER="0" CELLBORDER="1" CELLSPACING="0" CELLPADDING="5"><TR><TD BGCOLOR="#a9d3d9"><B>clean DAgger ×2</B></TD></TR><TR><TD BGCOLOR="#efefef"><FONT POINT-SIZE="9" COLOR="#222222"><B>≈50M params</B></FONT></TD></TR><TR><TD ALIGN="LEFT"><FONT POINT-SIZE="9">full-coverage DAgger ×4 corrections</FONT></TD></TR><TR><TD BGCOLOR="#4a4a4a"><FONT COLOR="white" POINT-SIZE="10"><B>0.169</B></FONT></TD></TR></TABLE>>];
  }
  subgraph cluster_scale { label=<<B>FAIR RE-BUILD + SCALE SWEEP (clean)</B>>; fontsize=13; color="#cccccc"; style="rounded"; bgcolor="#fbfbfb";
    fair_stage1 [label=<<TABLE BORDER="0" CELLBORDER="1" CELLSPACING="0" CELLPADDING="5"><TR><TD BGCOLOR="#7ec8d0"><B>FAIR model · STAGE-1</B></TD></TR><TR><TD BGCOLOR="#efefef"><FONT POINT-SIZE="9" COLOR="#222222"><B>≈50M params</B></FONT></TD></TR><TR><TD ALIGN="LEFT"><FONT POINT-SIZE="9">candidate/teacher pools = full dictionary (knows spelling, not answer-hood); pretrain 30 + aux λ=1.0</FONT></TD></TR><TR><TD BGCOLOR="#1f5e66"><FONT COLOR="white" POINT-SIZE="10"><B>0.281 · valid 0.662 · avg 4.33</B></FONT></TD></TR></TABLE>>];
    distill_constrained [label=<<TABLE BORDER="0" CELLBORDER="1" CELLSPACING="0" CELLPADDING="5"><TR><TD BGCOLOR="#a9d3d9"><B>constrained self-distillation</B></TD></TR><TR><TD BGCOLOR="#efefef"><FONT POINT-SIZE="9" COLOR="#222222"><B>≈50M params</B></FONT></TD></TR><TR><TD ALIGN="LEFT"><FONT POINT-SIZE="9">imitate its own dictionary-constrained rollouts (+aux), eval free-gen</FONT></TD></TR><TR><TD BGCOLOR="#4a4a4a"><FONT COLOR="white" POINT-SIZE="10"><B>valid 0.62→0.80, win flat (traded)</B></FONT></TD></TR></TABLE>>];
    infogain_xit_c [label=<<TABLE BORDER="0" CELLBORDER="1" CELLSPACING="0" CELLPADDING="5"><TR><TD BGCOLOR="#a9d3d9"><B>info-gain XIT (constrained)</B></TD></TR><TR><TD BGCOLOR="#efefef"><FONT POINT-SIZE="9" COLOR="#222222"><B>≈50M params</B></FONT></TD></TR><TR><TD ALIGN="LEFT"><FONT POINT-SIZE="9">constrained rollouts (wheel), keep high-info-gain turns, SFT free-gen</FONT></TD></TR><TR><TD BGCOLOR="#4a4a4a"><FONT COLOR="white" POINT-SIZE="10"><B>0.281 null</B></FONT></TD></TR></TABLE>>];
    infogain_xit_f [label=<<TABLE BORDER="0" CELLBORDER="1" CELLSPACING="0" CELLPADDING="5"><TR><TD BGCOLOR="#a9d3d9"><B>info-gain XIT (free / STaR)</B></TD></TR><TR><TD BGCOLOR="#efefef"><FONT POINT-SIZE="9" COLOR="#222222"><B>≈50M params</B></FONT></TD></TR><TR><TD ALIGN="LEFT"><FONT POINT-SIZE="9">same, free-gen rollouts (no wheel)</FONT></TD></TR><TR><TD BGCOLOR="#4a4a4a"><FONT COLOR="white" POINT-SIZE="10"><B>0.281 null</B></FONT></TD></TR></TABLE>>];
    dpo_fair [label=<<TABLE BORDER="0" CELLBORDER="1" CELLSPACING="0" CELLPADDING="5"><TR><TD BGCOLOR="#a9d3d9"><B>DPO on fair base</B></TD></TR><TR><TD BGCOLOR="#efefef"><FONT POINT-SIZE="9" COLOR="#222222"><B>≈50M params</B></FONT></TD></TR><TR><TD ALIGN="LEFT"><FONT POINT-SIZE="9">the contaminated-winning DPO recipe, clean base</FONT></TD></TR><TR><TD BGCOLOR="#4a4a4a"><FONT COLOR="white" POINT-SIZE="10"><B>0.281 null (every epoch reverted)</B></FONT></TD></TR></TABLE>>];
    grpo_full_fair [label=<<TABLE BORDER="0" CELLBORDER="1" CELLSPACING="0" CELLPADDING="5"><TR><TD BGCOLOR="#a9d3d9"><B>stage-4 long GRPO</B></TD></TR><TR><TD BGCOLOR="#efefef"><FONT POINT-SIZE="9" COLOR="#222222"><B>≈50M params</B></FONT></TD></TR><TR><TD ALIGN="LEFT"><FONT POINT-SIZE="9">stabilized GRPO + full reward from the distilled base, 150 updates</FONT></TD></TR><TR><TD BGCOLOR="#4a4a4a"><FONT COLOR="white" POINT-SIZE="10"><B>flat ~0.33 null</B></FONT></TD></TR></TABLE>>];
    scale_tiny [label=<<TABLE BORDER="0" CELLBORDER="1" CELLSPACING="0" CELLPADDING="5"><TR><TD BGCOLOR="#a9d3d9"><B>scale — tiny</B></TD></TR><TR><TD BGCOLOR="#efefef"><FONT POINT-SIZE="9" COLOR="#222222"><B>1.2M params</B></FONT></TD></TR><TR><TD ALIGN="LEFT"><FONT POINT-SIZE="9">fair recipe, smallest net</FONT></TD></TR><TR><TD BGCOLOR="#4a4a4a"><FONT COLOR="white" POINT-SIZE="10"><B>0.163 (underfits)</B></FONT></TD></TR></TABLE>>];
    scale_base [label=<<TABLE BORDER="0" CELLBORDER="1" CELLSPACING="0" CELLPADDING="5"><TR><TD BGCOLOR="#a9d3d9"><B>scale — base</B></TD></TR><TR><TD BGCOLOR="#efefef"><FONT POINT-SIZE="9" COLOR="#222222"><B>12M params</B></FONT></TD></TR><TR><TD ALIGN="LEFT"><FONT POINT-SIZE="9">fair recipe, mid net</FONT></TD></TR><TR><TD BGCOLOR="#4a4a4a"><FONT COLOR="white" POINT-SIZE="10"><B>0.251 (gap grows)</B></FONT></TD></TR></TABLE>>];
    scale_xl [label=<<TABLE BORDER="0" CELLBORDER="1" CELLSPACING="0" CELLPADDING="5"><TR><TD BGCOLOR="#a9d3d9"><B>scale — xl</B></TD></TR><TR><TD BGCOLOR="#efefef"><FONT POINT-SIZE="9" COLOR="#222222"><B>99M params</B></FONT></TD></TR><TR><TD ALIGN="LEFT"><FONT POINT-SIZE="9">fair recipe, largest net</FONT></TD></TR><TR><TD BGCOLOR="#4a4a4a"><FONT COLOR="white" POINT-SIZE="10"><B>0.270 · valid 0.591 — turns over (&lt; 50M)</B></FONT></TD></TR></TABLE>>];
    rft_stage2 [label=<<TABLE BORDER="0" CELLBORDER="1" CELLSPACING="0" CELLPADDING="5"><TR><TD BGCOLOR="#a9d3d9"><B>stage-2 RFT (on-policy distill)</B></TD></TR><TR><TD BGCOLOR="#efefef"><FONT POINT-SIZE="9" COLOR="#222222"><B>≈50M params</B></FONT></TD></TR><TR><TD ALIGN="LEFT"><FONT POINT-SIZE="9">distill the model's OWN best-of-N winning games back into greedy (RAFT)</FONT></TD></TR><TR><TD BGCOLOR="#4a4a4a"><FONT COLOR="white" POINT-SIZE="10"><B>win ~noise (0.32 selection peak); valid 0.681</B></FONT></TD></TR></TABLE>>];
    validity_max [label=<<TABLE BORDER="0" CELLBORDER="1" CELLSPACING="0" CELLPADDING="5"><TR><TD BGCOLOR="#a9d3d9"><B>validity-max (aux 3)</B></TD></TR><TR><TD BGCOLOR="#efefef"><FONT POINT-SIZE="9" COLOR="#222222"><B>≈50M params</B></FONT></TD></TR><TR><TD ALIGN="LEFT"><FONT POINT-SIZE="9">crank aux + distill own constrained-decode games to push in-weights spelling</FONT></TD></TR><TR><TD BGCOLOR="#4a4a4a"><FONT COLOR="white" POINT-SIZE="10"><B>CLEAN 0.281 (valid 0.71) — lever works</B></FONT></TD></TR></TABLE>>];
    validity_max_v2 [label=<<TABLE BORDER="0" CELLBORDER="1" CELLSPACING="0" CELLPADDING="5"><TR><TD BGCOLOR="#7ec8d0"><B>validity-max v2 (aux 6)</B></TD></TR><TR><TD BGCOLOR="#efefef"><FONT POINT-SIZE="9" COLOR="#222222"><B>≈50M params</B></FONT></TD></TR><TR><TD ALIGN="LEFT"><FONT POINT-SIZE="9">push aux + more always-valid self-distill; honest clean protocol (no dict)</FONT></TD></TR><TR><TD BGCOLOR="#1f5e66"><FONT COLOR="white" POINT-SIZE="10"><B>CLEAN 0.302 (valid 0.76) — honest best</B></FONT></TD></TR></TABLE>>];
    validity_max_v3 [label=<<TABLE BORDER="0" CELLBORDER="1" CELLSPACING="0" CELLPADDING="5"><TR><TD BGCOLOR="#a9d3d9"><B>validity-max v3 (aux 8)</B></TD></TR><TR><TD BGCOLOR="#efefef"><FONT POINT-SIZE="9" COLOR="#222222"><B>≈50M params</B></FONT></TD></TR><TR><TD ALIGN="LEFT"><FONT POINT-SIZE="9">push aux harder still — validity lever PLATEAUS</FONT></TD></TR><TR><TD BGCOLOR="#4a4a4a"><FONT COLOR="white" POINT-SIZE="10"><B>CLEAN 0.264 (valid 0.77) — no gain, noise band</B></FONT></TD></TR></TABLE>>];
-     infill [label=<<TABLE BORDER="0" CELLBORDER="1" CELLSPACING="0" CELLPADDING="5"><TR><TD BGCOLOR="#d0d0d0"><B>green-conditioned infill (user idea)</B></TD></TR><TR><TD BGCOLOR="#efefef"><FONT POINT-SIZE="9" COLOR="#222222"><B>≈50M params</B></FONT></TD></TR><TR><TD ALIGN="LEFT"><FONT POINT-SIZE="9">green+yellow template as INPUT, generate whole word free; template-aware + clue-aware validity aux is TRAINING-only (no dict/mask at inference)</FONT></TD></TR><TR><TD BGCOLOR="#4a4a4a"><FONT COLOR="white" POINT-SIZE="10"><B>running (no-CoT vs CoT ablation)</B></FONT></TD></TR></TABLE>>];
+     infill [label=<<TABLE BORDER="0" CELLBORDER="1" CELLSPACING="0" CELLPADDING="5"><TR><TD BGCOLOR="#d9c89a"><B>green-conditioned infill (user idea)</B></TD></TR><TR><TD BGCOLOR="#efefef"><FONT POINT-SIZE="9" COLOR="#222222"><B>≈50M params</B></FONT></TD></TR><TR><TD ALIGN="LEFT"><FONT POINT-SIZE="9">green+yellow template as INPUT, generate whole word free; clue-aware validity aux TRAINING-only (no dict/mask at inference)</FONT></TD></TR><TR><TD BGCOLOR="#4a4a4a"><FONT COLOR="white" POINT-SIZE="10"><B>no-CoT 0.049 / CoT 0.000 — FAILED (aux λ6 too strong for scratch); retry λ1</B></FONT></TD></TR></TABLE>>];
    control_teacher [label=<<TABLE BORDER="0" CELLBORDER="1" CELLSPACING="0" CELLPADDING="5"><TR><TD BGCOLOR="#e8c98a"><B>teacher-only control (noise-buster)</B></TD></TR><TR><TD BGCOLOR="#efefef"><FONT POINT-SIZE="9" COLOR="#222222"><B>≈50M params</B></FONT></TD></TR><TR><TD ALIGN="LEFT"><FONT POINT-SIZE="9">plain gentle re-train, no special ingredients — same VAL-selection procedure</FONT></TD></TR><TR><TD BGCOLOR="#4a4a4a"><FONT COLOR="white" POINT-SIZE="10"><B>VAL 0.365 by chance → TEST 0.259 — proves the win gains are noise</B></FONT></TD></TR></TABLE>>];
  }
  subgraph cluster_inf { label=<<B>INFERENCE PROBES (decoding, contaminated bases)</B>>; fontsize=13; color="#cccccc"; style="rounded"; bgcolor="#fbfbfb";
    beam_dict [label=<<TABLE BORDER="0" CELLBORDER="1" CELLSPACING="0" CELLPADDING="5"><TR><TD BGCOLOR="#aac4dd"><B>beam + dictionary decode</B></TD></TR><TR><TD BGCOLOR="#efefef"><FONT POINT-SIZE="9" COLOR="#222222"><B>≈25M params</B></FONT></TD></TR><TR><TD ALIGN="LEFT"><FONT POINT-SIZE="9">beam search ± constrained to real words via trie (no training)</FONT></TD></TR><TR><TD BGCOLOR="#4a4a4a"><FONT COLOR="white" POINT-SIZE="10"><B>greedy 0.392 → beam+dict 0.580</B></FONT></TD></TR></TABLE>>];
    norepeat_decode [label=<<TABLE BORDER="0" CELLBORDER="1" CELLSPACING="0" CELLPADDING="5"><TR><TD BGCOLOR="#aac4dd"><B>beam+dict + no-repeat</B></TD></TR><TR><TD BGCOLOR="#efefef"><FONT POINT-SIZE="9" COLOR="#222222"><B>≈25M params</B></FONT></TD></TR><TR><TD ALIGN="LEFT"><FONT POINT-SIZE="9">beam(10) + dict-trie + never re-emit a prior guess</FONT></TD></TR><TR><TD BGCOLOR="#4a4a4a"><FONT COLOR="white" POINT-SIZE="10"><B>0.596</B></FONT></TD></TR></TABLE>>];
    turn_budget [label=<<TABLE BORDER="0" CELLBORDER="1" CELLSPACING="0" CELLPADDING="5"><TR><TD BGCOLOR="#aac4dd"><B>turn-budget probe</B></TD></TR><TR><TD BGCOLOR="#efefef"><FONT POINT-SIZE="9" COLOR="#222222"><B>≈25M params</B></FONT></TD></TR><TR><TD ALIGN="LEFT"><FONT POINT-SIZE="9">same weights, allow 6/8/10 guesses</FONT></TD></TR><TR><TD BGCOLOR="#4a4a4a"><FONT COLOR="white" POINT-SIZE="10"><B>0.392 flat</B></FONT></TD></TR></TABLE>>];
    passk [label=<<TABLE BORDER="0" CELLBORDER="1" CELLSPACING="0" CELLPADDING="5"><TR><TD BGCOLOR="#aac4dd"><B>pass@N probe</B></TD></TR><TR><TD BGCOLOR="#efefef"><FONT POINT-SIZE="9" COLOR="#222222"><B>≈50M params</B></FONT></TD></TR><TR><TD ALIGN="LEFT"><FONT POINT-SIZE="9">sample N full games/secret, count any win</FONT></TD></TR><TR><TD BGCOLOR="#4a4a4a"><FONT COLOR="white" POINT-SIZE="10"><B>greedy 0.453 → pass@10 0.787</B></FONT></TD></TR></TABLE>>];
    self_consistency [label=<<TABLE BORDER="0" CELLBORDER="1" CELLSPACING="0" CELLPADDING="5"><TR><TD BGCOLOR="#aac4dd"><B>self-consistency vote</B></TD></TR><TR><TD BGCOLOR="#efefef"><FONT POINT-SIZE="9" COLOR="#222222"><B>≈50M params</B></FONT></TD></TR><TR><TD ALIGN="LEFT"><FONT POINT-SIZE="9">sample 12 traces/turn, commit the majority vote (no filter)</FONT></TD></TR><TR><TD BGCOLOR="#4a4a4a"><FONT COLOR="white" POINT-SIZE="10"><B>vote 0.627 vs pass@12 0.953</B></FONT></TD></TR></TABLE>>];
  }
  subgraph cluster_inf2 { label=<<B>INFERENCE on the CLEAN fair weights (aided)</B>>; fontsize=13; color="#cccccc"; style="rounded"; bgcolor="#fbfbfb";
    constrained_decode [label=<<TABLE BORDER="0" CELLBORDER="1" CELLSPACING="0" CELLPADDING="5"><TR><TD BGCOLOR="#aac4dd"><B>constrained-decode diagnostic</B></TD></TR><TR><TD BGCOLOR="#efefef"><FONT POINT-SIZE="9" COLOR="#222222"><B>≈50M params</B></FONT></TD></TR><TR><TD ALIGN="LEFT"><FONT POINT-SIZE="9">greedy masked to real-word spellings; model still deduces</FONT></TD></TR><TR><TD BGCOLOR="#4a4a4a"><FONT COLOR="white" POINT-SIZE="10"><B>0.281 → 0.436 · valid 1.0 — KNOWS the words</B></FONT></TD></TR></TABLE>>];
    bestof16 [label=<<TABLE BORDER="0" CELLBORDER="1" CELLSPACING="0" CELLPADDING="5"><TR><TD BGCOLOR="#aac4dd"><B>best-of-16 (valid vote)</B></TD></TR><TR><TD BGCOLOR="#efefef"><FONT POINT-SIZE="9" COLOR="#222222"><B>≈50M params</B></FONT></TD></TR><TR><TD ALIGN="LEFT"><FONT POINT-SIZE="9">sample 16, keep real words, majority vote</FONT></TD></TR><TR><TD BGCOLOR="#4a4a4a"><FONT COLOR="white" POINT-SIZE="10"><B>0.632 · valid 0.925</B></FONT></TD></TR></TABLE>>];
    bestof16_nodict [label=<<TABLE BORDER="0" CELLBORDER="1" CELLSPACING="0" CELLPADDING="5"><TR><TD BGCOLOR="#aac4dd"><B>best-of-16 NO dict</B></TD></TR><TR><TD BGCOLOR="#efefef"><FONT POINT-SIZE="9" COLOR="#222222"><B>≈50M params</B></FONT></TD></TR><TR><TD ALIGN="LEFT"><FONT POINT-SIZE="9">same, but keep non-words too</FONT></TD></TR><TR><TD BGCOLOR="#4a4a4a"><FONT COLOR="white" POINT-SIZE="10"><B>0.243 — compute alone HURTS</B></FONT></TD></TR></TABLE>>];
    bestof64 [label=<<TABLE BORDER="0" CELLBORDER="1" CELLSPACING="0" CELLPADDING="5"><TR><TD BGCOLOR="#aac4dd"><B>best-of-64</B></TD></TR><TR><TD BGCOLOR="#efefef"><FONT POINT-SIZE="9" COLOR="#222222"><B>≈50M params</B></FONT></TD></TR><TR><TD ALIGN="LEFT"><FONT POINT-SIZE="9">N=64</FONT></TD></TR><TR><TD BGCOLOR="#4a4a4a"><FONT COLOR="white" POINT-SIZE="10"><B>0.703</B></FONT></TD></TR></TABLE>>];
    bestof128 [label=<<TABLE BORDER="0" CELLBORDER="1" CELLSPACING="0" CELLPADDING="5"><TR><TD BGCOLOR="#7fa8cf"><B>best-of-128 — BEST</B></TD></TR><TR><TD BGCOLOR="#efefef"><FONT POINT-SIZE="9" COLOR="#222222"><B>≈50M params</B></FONT></TD></TR><TR><TD ALIGN="LEFT"><FONT POINT-SIZE="9">N=128</FONT></TD></TR><TR><TD BGCOLOR="#1f5e66"><FONT COLOR="white" POINT-SIZE="10"><B>0.719 · valid 0.979 (plateau)</B></FONT></TD></TR></TABLE>>];
    beam_trie [label=<<TABLE BORDER="0" CELLBORDER="1" CELLSPACING="0" CELLPADDING="5"><TR><TD BGCOLOR="#aac4dd"><B>beam over real-word trie</B></TD></TR><TR><TD BGCOLOR="#efefef"><FONT POINT-SIZE="9" COLOR="#222222"><B>≈50M params</B></FONT></TD></TR><TR><TD ALIGN="LEFT"><FONT POINT-SIZE="9">sequence-level argmax over valid words (best deterministic)</FONT></TD></TR><TR><TD BGCOLOR="#4a4a4a"><FONT COLOR="white" POINT-SIZE="10"><B>0.550 · valid 1.0</B></FONT></TD></TR></TABLE>>];
  }
  subgraph cluster_dep { label=<<B>DEPLOYED FRAMING</B>>; fontsize=13; color="#cccccc"; style="rounded"; bgcolor="#fbfbfb";
    deployed [label=<<TABLE BORDER="0" CELLBORDER="1" CELLSPACING="0" CELLPADDING="5"><TR><TD BGCOLOR="#d9c89a"><B>deployed real-Wordle player</B></TD></TR><TR><TD BGCOLOR="#efefef"><FONT POINT-SIZE="9" COLOR="#222222"><B>≈50M params</B></FONT></TD></TR><TR><TD ALIGN="LEFT"><FONT POINT-SIZE="9">trained on all 2,315 known answers (fixed set = the real game)</FONT></TD></TR><TR><TD BGCOLOR="#4a4a4a"><FONT COLOR="white" POINT-SIZE="10"><B>~0.62 (legit deployed, framing)</B></FONT></TD></TR></TABLE>>];
  }
  sft_3m -> sft_5m [label="scale+depth"];
  sft_5m -> sft_25m [label="5x params"];
  sft_25m -> sft_25m_div [label="diverse secrets"];
  sft_25m -> scale_99m [label="pure scale"];
  scale_99m -> codesign_50m [label="redesign+curriculum"];
  codesign_50m -> sft_deep [label="isolate redesign, converge"];
  sft_deep -> sft_aux [label="add spelling loss"];
  sft_aux -> sft_aux_xl [label="scale aux"];
  sft_3m -> bpe_12m [label="swap to BPE"];
  bpe_12m -> bpe_50m [label="capacity test"];
  oreo_11m -> oreo_50m [label="scale"];
  sft_aux -> structured_ctx [label="add state block"];
  sft_aux -> passk [label="pass@N probe"];
  sft_25m -> beam_dict [label="beam+dict"];
  sft_25m -> norepeat_decode [label="+no-repeat"];
  sft_25m -> turn_budget [label="more guesses"];
  passk -> cot_14m [label="reason to surface latent"];
  cot_14m -> cot_50m [label="scale CoT"];
  cot_50m -> cot_50m_aux [label="+aux"];
  cot_50m -> cot_show [label="integrity A/B"];
  cot_show -> cot_eph [label="throwaway scratchpad (fix leak)"];
  sft_deep -> cot_eph [label="matched baseline"];
  cot_eph -> cot_eph_aux [label="stack +aux"];
  sft_aux -> cot_eph_aux [label="the spelling lever"];
  sft_5m -> grpo_5m [label="RL?"];
  grpo_5m -> grpo_5m_div [label="diverse"];
  sft_25m -> self_distill_25m [label="bank spelling"];
  self_distill_25m -> rl_consistency [label="legality reward"];
  self_distill_25m -> rl_perguess [label="per-guess credit"];
  self_distill_25m -> rl_dict [label="dict-in-loop"];
  self_distill_25m -> rl_constrained [label="surface the answer"];
  sft_aux -> rl_polish [label="polish best"];
  sft_aux -> rl_infogain [label="info-gain term"];
  cot_eph_aux -> rl_expert_10row [label="expert-iter"];
  rl_expert_10row -> rl_expert_tail [label="reachability"];
  rl_expert_10row -> rl_grpo_polish [label="token-GRPO"];
  cot_eph_aux -> self_consistency [label="vote vs pass@N"];
  cot_eph_aux -> dpo_commit [label="DPO commit"];
  cot_eph_aux -> dpo_decisive [label="clean pairs"];
  dpo_commit -> dpo_guessonly [label="guess-only"];
  cot_eph_aux -> constraint_aux [label="train-in reward"];
  dpo_commit -> dagger_v1 [label="failure relabel"];
  dpo_commit -> rl_grpo_reward [label="GRPO+reward"];
  dpo_commit -> rl_grpo_guessonly [label="guess-only credit"];
  dagger_v1 -> dagger_v2 [label="full coverage"];
  cot_eph_aux -> audit [label="is it correct?"];
  dpo_commit -> audit [label="audit 0.631 too"];
  cot_eph_aux -> clean_rerun [label="re-run leak-free"];
  clean_rerun -> overnight_clean_sft [label="clean base"];
  overnight_clean_sft -> overnight_clean_dpo [label="DPO"];
  overnight_clean_sft -> overnight_clean_grpo [label="GRPO"];
  overnight_clean_sft -> overnight_clean_dagger [label="DAgger"];
  overnight_clean_dagger -> overnight_clean_dagger2 [label="×2"];
  overnight_clean_sft -> fair_stage1 [label="know dict, hide answers"];
  fair_stage1 -> distill_constrained [label="push validity"];
  fair_stage1 -> infogain_xit_c [label="info-gain XIT"];
  fair_stage1 -> infogain_xit_f [label="free / STaR"];
  fair_stage1 -> dpo_fair [label="retry DPO clean"];
  distill_constrained -> grpo_full_fair [label="long GRPO"];
  fair_stage1 -> scale_tiny [label="shrink"];
  fair_stage1 -> scale_base [label="mid"];
  fair_stage1 -> scale_xl [label="grow"];
  fair_stage1 -> rft_stage2 [label="on-policy self-distill"];
  fair_stage1 -> validity_max [label="push in-weights validity"];
  rft_stage2 -> control_teacher [label="attribution: ablate ingredients"];
  validity_max -> validity_max_v2 [label="push aux harder (clean protocol)"];
  validity_max_v2 -> validity_max_v3 [label="aux 8 — plateaus"];
  fair_stage1 -> infill [label="clue-aware infill (template input, clue logic training-only)"];
  fair_stage1 -> constrained_decode [label="mask spelling (diagnostic)"];
  fair_stage1 -> bestof16 [label="test-time compute"];
  fair_stage1 -> bestof16_nodict [label="no-dict ablation"];
  bestof16 -> bestof64 [label="N=64"];
  bestof64 -> bestof128 [label="N=128"];
  fair_stage1 -> beam_trie [label="beam"];
  cot_eph_aux -> deployed [label="deployed framing"];
  dpo_commit -> deployed [label="best deployed"];
}
